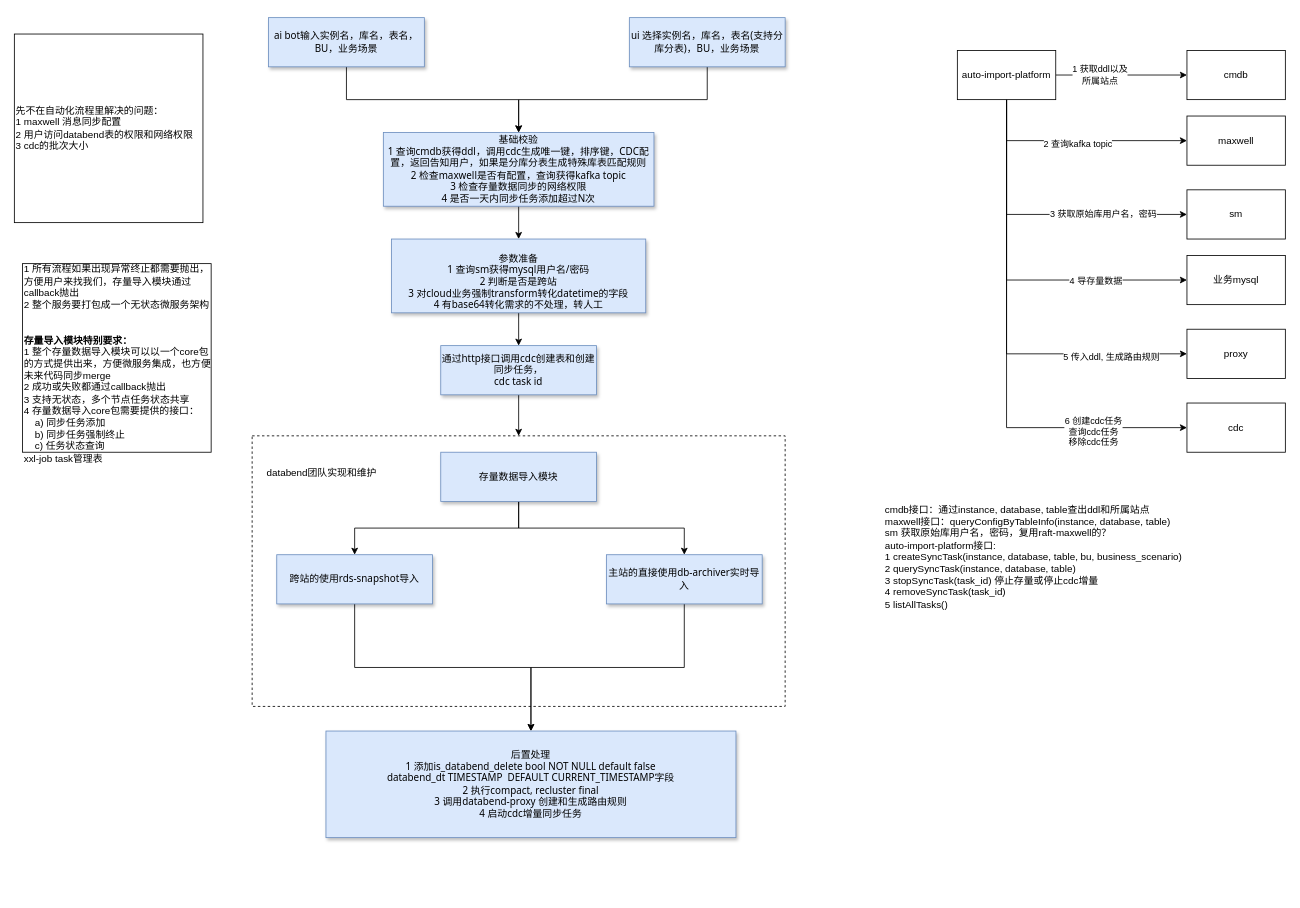
Earlier version of the draw.io diagram doc/databend自动化数据导入流程.drawio (jackjoesh/databend). Source tidied: cells renumbered, new cells numbered last; positions are measured from the earlier drawing's top-left corner, leaving out a move shared by most shapes. Both pictures are drawn from the tidied source at 82%, with x=0, y=0 at pixel (14, 17).
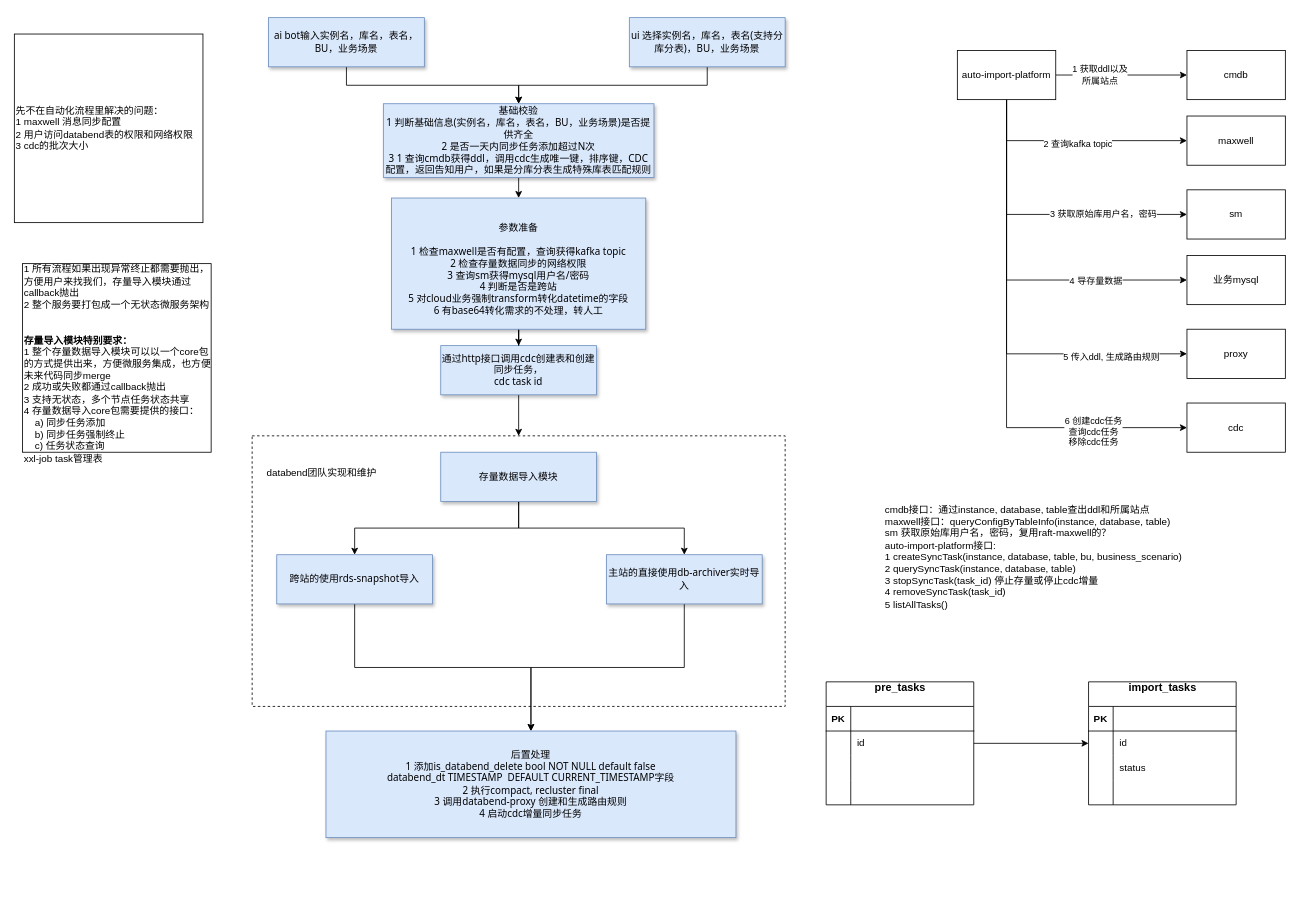
The same diagram, later.

Commit message (it also covers changes not shown here):
更新databend自动化数据导入流程.drawio

Diff of the diagram source:
```diff
@@
-    <mxCell id="6" value="&lt;br&gt;基础校验&lt;br&gt;&lt;div&gt;1 查询cmdb获得ddl&lt;span style=&quot;background-color: transparent; color: light-dark(rgb(0, 0, 0), rgb(255, 255, 255));&quot;&gt;，调用cdc生成唯一键，排序键，CDC配置，返回告知用户，如果是分库分表生成特殊库表匹配规则&lt;/span&gt;&lt;/div&gt;&lt;div&gt;&lt;span style=&quot;background-color: transparent; color: light-dark(rgb(0, 0, 0), rgb(255, 255, 255));&quot;&gt;2 检查maxwell是否有配置，查询获得kafka topic&lt;/span&gt;&lt;/div&gt;&lt;div&gt;&lt;span style=&quot;background-color: transparent; color: light-dark(rgb(0, 0, 0), rgb(255, 255, 255));&quot;&gt;3 检查存量数据同步的网络权限&lt;br&gt;4 是否一天内同步任务添加超过N次&lt;br&gt;&lt;br&gt;&lt;/span&gt;&lt;/div&gt;" style="rounded=0;whiteSpace=wrap;html=1;fillColor=#dae8fc;strokeColor=#6c8ebf;shadow=1;fontFamily=Tahoma;" parent="1" vertex="1">
-      <mxGeometry x="450" y="140" width="330" height="90" as="geometry" />
+    <mxCell id="6" value="&lt;br&gt;基础校验&lt;br&gt;&lt;div&gt;1 判断基础信息(&lt;span style=&quot;background-color: transparent; color: light-dark(rgb(0, 0, 0), rgb(255, 255, 255));&quot;&gt;实例名，库名，表名，BU，业务场景&lt;/span&gt;&lt;span style=&quot;background-color: transparent; color: light-dark(rgb(0, 0, 0), rgb(255, 255, 255));&quot;&gt;)是否提供齐全&lt;/span&gt;&lt;/div&gt;&lt;div&gt;&lt;span style=&quot;background-color: transparent; color: light-dark(rgb(0, 0, 0), rgb(255, 255, 255));&quot;&gt;2 是否一天内同步任务添加超过N次&lt;/span&gt;&lt;/div&gt;&lt;div&gt;&lt;span style=&quot;background-color: transparent; color: light-dark(rgb(0, 0, 0), rgb(255, 255, 255));&quot;&gt;3&amp;nbsp;&lt;/span&gt;1 查询cmdb获得ddl&lt;span style=&quot;color: light-dark(rgb(0, 0, 0), rgb(255, 255, 255)); background-color: transparent;&quot;&gt;，调用cdc生成唯一键，排序键，CDC配置，返回告知用户，如果是分库分表生成特殊库表匹配规则&lt;/span&gt;&lt;span style=&quot;background-color: transparent; color: light-dark(rgb(0, 0, 0), rgb(255, 255, 255));&quot;&gt;&lt;br&gt;&lt;br&gt;&lt;/span&gt;&lt;/div&gt;" style="rounded=0;whiteSpace=wrap;html=1;fillColor=#dae8fc;strokeColor=#6c8ebf;shadow=1;fontFamily=Tahoma;" parent="1" vertex="1">
+      <mxGeometry x="450" y="105" width="330" height="90" as="geometry" />
     </mxCell>
@@
-    <mxCell id="24" value="&lt;br&gt;参数准备&lt;br&gt;1 查询sm获得mysql用户名/密码&lt;br&gt;2 判断是否是跨站&lt;br&gt;3 对cloud业务强制transform转化datetime的字段&lt;div&gt;4 有base64转化需求的不处理，转人工&lt;/div&gt;" style="rounded=0;whiteSpace=wrap;html=1;fillColor=#dae8fc;strokeColor=#6c8ebf;shadow=1;fontFamily=Tahoma;" parent="1" vertex="1">
-      <mxGeometry x="460" y="270" width="310" height="90" as="geometry" />
+    <mxCell id="24" value="&lt;br&gt;参数准备&lt;div&gt;&lt;div&gt;&lt;br&gt;&lt;/div&gt;&lt;div&gt;&lt;span style=&quot;background-color: transparent; color: light-dark(rgb(0, 0, 0), rgb(255, 255, 255));&quot;&gt;1 检查maxwell是否有配置，查询获得kafka topic&lt;/span&gt;&lt;/div&gt;&lt;div&gt;&lt;span style=&quot;background-color: transparent; color: light-dark(rgb(0, 0, 0), rgb(255, 255, 255));&quot;&gt;2 检查存量数据同步的网络权限&lt;/span&gt;&lt;/div&gt;3 查询sm获得mysql用户名/密码&lt;br&gt;4 判断是否是跨站&lt;br&gt;5 对cloud业务强制transform转化datetime的字段&lt;div&gt;6 有base64转化需求的不处理，转人工&lt;/div&gt;&lt;/div&gt;" style="rounded=0;whiteSpace=wrap;html=1;fillColor=#dae8fc;strokeColor=#6c8ebf;shadow=1;fontFamily=Tahoma;" parent="1" vertex="1">
+      <mxGeometry x="460" y="220" width="310" height="160" as="geometry" />
     </mxCell>
@@
+    <mxCell id="45" value="&lt;div&gt;&lt;span style=&quot;font-size: 9.95pt; font-family: &amp;quot;PingFang SC&amp;quot;;&quot;&gt;import_tasks&lt;/span&gt;&lt;/div&gt;&lt;div&gt;&lt;br/&gt;&lt;/div&gt;" style="shape=table;startSize=30;childLayout=tableLayout;rowLines=0;fontStyle=1;align=center;html=1;" parent="1" vertex="1">
+      <mxGeometry x="1310" y="810" width="180" height="150" as="geometry" />
+    </mxCell>
+    <mxCell id="46" style="shape=tableRow;horizontal=0;startSize=0;swimlaneHead=0;swimlaneBody=0;fillColor=none;top=0;left=0;right=0;bottom=1;" parent="45" vertex="1">
+      <mxGeometry y="30" width="180" height="30" as="geometry" />
+    </mxCell>
+    <mxCell id="47" value="PK" style="shape=partialRectangle;fillColor=none;top=0;left=0;bottom=0;right=0;fontStyle=1;overflow=hidden;whiteSpace=wrap;html=1;" parent="46" vertex="1">
+      <mxGeometry width="30" height="30" as="geometry" />
+    </mxCell>
+    <mxCell id="48" style="shape=partialRectangle;fillColor=none;top=0;left=0;bottom=0;right=0;align=left;spacingLeft=6;fontStyle=5;overflow=hidden;whiteSpace=wrap;html=1;" parent="46" vertex="1">
+      <mxGeometry x="30" width="150" height="30" as="geometry" />
+    </mxCell>
+    <mxCell id="49" style="shape=tableRow;horizontal=0;startSize=0;swimlaneHead=0;swimlaneBody=0;fillColor=none;points=[[0,0.5],[1,0.5]];portConstraint=eastwest;top=0;left=0;right=0;bottom=0;" parent="45" vertex="1">
+      <mxGeometry y="60" width="180" height="30" as="geometry" />
+    </mxCell>
+    <mxCell id="50" style="shape=partialRectangle;fillColor=none;top=0;left=0;bottom=0;right=0;overflow=hidden;whiteSpace=wrap;html=1;" parent="49" vertex="1">
+      <mxGeometry width="30" height="30" as="geometry" />
+    </mxCell>
+    <mxCell id="51" value="id" style="shape=partialRectangle;fillColor=none;top=0;left=0;bottom=0;right=0;align=left;spacingLeft=6;overflow=hidden;whiteSpace=wrap;html=1;" parent="49" vertex="1">
+      <mxGeometry x="30" width="150" height="30" as="geometry" />
+    </mxCell>
+    <mxCell id="52" style="shape=tableRow;horizontal=0;startSize=0;swimlaneHead=0;swimlaneBody=0;fillColor=none;top=0;left=0;right=0;bottom=0;" parent="45" vertex="1">
+      <mxGeometry y="90" width="180" height="30" as="geometry" />
+    </mxCell>
+    <mxCell id="53" style="shape=partialRectangle;fillColor=none;top=0;left=0;bottom=0;right=0;overflow=hidden;whiteSpace=wrap;html=1;" parent="52" vertex="1">
+      <mxGeometry width="30" height="30" as="geometry" />
+    </mxCell>
+    <mxCell id="54" value="status" style="shape=partialRectangle;fillColor=none;top=0;left=0;bottom=0;right=0;align=left;spacingLeft=6;overflow=hidden;whiteSpace=wrap;html=1;" parent="52" vertex="1">
+      <mxGeometry x="30" width="150" height="30" as="geometry" />
+    </mxCell>
+    <mxCell id="55" style="shape=tableRow;horizontal=0;startSize=0;swimlaneHead=0;swimlaneBody=0;fillColor=none;top=0;left=0;right=0;bottom=0;" parent="45" vertex="1">
+      <mxGeometry y="120" width="180" height="30" as="geometry" />
+    </mxCell>
+    <mxCell id="56" style="shape=partialRectangle;fillColor=none;top=0;left=0;bottom=0;right=0;overflow=hidden;whiteSpace=wrap;html=1;" parent="55" vertex="1">
+      <mxGeometry width="30" height="30" as="geometry" />
+    </mxCell>
+    <mxCell id="57" style="shape=partialRectangle;fillColor=none;top=0;left=0;bottom=0;right=0;align=left;spacingLeft=6;overflow=hidden;whiteSpace=wrap;html=1;" parent="55" vertex="1">
+      <mxGeometry x="30" width="150" height="30" as="geometry" />
+    </mxCell>
+    <mxCell id="58" value="&lt;div&gt;&lt;span style=&quot;font-size: 9.95pt; font-family: &amp;quot;PingFang SC&amp;quot;;&quot;&gt;pre_tasks&lt;/span&gt;&lt;/div&gt;&lt;div&gt;&lt;br&gt;&lt;/div&gt;" style="shape=table;startSize=30;childLayout=tableLayout;rowLines=0;fontStyle=1;align=center;html=1;" parent="1" vertex="1">
+      <mxGeometry x="990" y="810" width="180" height="150" as="geometry" />
+    </mxCell>
+    <mxCell id="59" style="shape=tableRow;horizontal=0;startSize=0;swimlaneHead=0;swimlaneBody=0;fillColor=none;top=0;left=0;right=0;bottom=1;" parent="58" vertex="1">
+      <mxGeometry y="30" width="180" height="30" as="geometry" />
+    </mxCell>
+    <mxCell id="60" value="PK" style="shape=partialRectangle;fillColor=none;top=0;left=0;bottom=0;right=0;fontStyle=1;overflow=hidden;whiteSpace=wrap;html=1;" parent="59" vertex="1">
+      <mxGeometry width="30" height="30" as="geometry" />
+    </mxCell>
+    <mxCell id="61" style="shape=partialRectangle;fillColor=none;top=0;left=0;bottom=0;right=0;align=left;spacingLeft=6;fontStyle=5;overflow=hidden;whiteSpace=wrap;html=1;" parent="59" vertex="1">
+      <mxGeometry x="30" width="150" height="30" as="geometry" />
+    </mxCell>
+    <mxCell id="62" style="shape=tableRow;horizontal=0;startSize=0;swimlaneHead=0;swimlaneBody=0;fillColor=none;points=[[0,0.5],[1,0.5]];portConstraint=eastwest;top=0;left=0;right=0;bottom=0;" parent="58" vertex="1">
+      <mxGeometry y="60" width="180" height="30" as="geometry" />
+    </mxCell>
+    <mxCell id="63" style="shape=partialRectangle;fillColor=none;top=0;left=0;bottom=0;right=0;overflow=hidden;whiteSpace=wrap;html=1;" parent="62" vertex="1">
+      <mxGeometry width="30" height="30" as="geometry" />
+    </mxCell>
+    <mxCell id="64" value="id" style="shape=partialRectangle;fillColor=none;top=0;left=0;bottom=0;right=0;align=left;spacingLeft=6;overflow=hidden;whiteSpace=wrap;html=1;" parent="62" vertex="1">
+      <mxGeometry x="30" width="150" height="30" as="geometry" />
+    </mxCell>
+    <mxCell id="65" style="shape=tableRow;horizontal=0;startSize=0;swimlaneHead=0;swimlaneBody=0;fillColor=none;top=0;left=0;right=0;bottom=0;" parent="58" vertex="1">
+      <mxGeometry y="90" width="180" height="30" as="geometry" />
+    </mxCell>
+    <mxCell id="66" style="shape=partialRectangle;fillColor=none;top=0;left=0;bottom=0;right=0;overflow=hidden;whiteSpace=wrap;html=1;" parent="65" vertex="1">
+      <mxGeometry width="30" height="30" as="geometry" />
+    </mxCell>
+    <mxCell id="67" style="shape=partialRectangle;fillColor=none;top=0;left=0;bottom=0;right=0;align=left;spacingLeft=6;overflow=hidden;whiteSpace=wrap;html=1;" parent="65" vertex="1">
+      <mxGeometry x="30" width="150" height="30" as="geometry" />
+    </mxCell>
+    <mxCell id="68" style="shape=tableRow;horizontal=0;startSize=0;swimlaneHead=0;swimlaneBody=0;fillColor=none;top=0;left=0;right=0;bottom=0;" parent="58" vertex="1">
+      <mxGeometry y="120" width="180" height="30" as="geometry" />
+    </mxCell>
+    <mxCell id="69" style="shape=partialRectangle;fillColor=none;top=0;left=0;bottom=0;right=0;overflow=hidden;whiteSpace=wrap;html=1;" parent="68" vertex="1">
+      <mxGeometry width="30" height="30" as="geometry" />
+    </mxCell>
+    <mxCell id="70" style="shape=partialRectangle;fillColor=none;top=0;left=0;bottom=0;right=0;align=left;spacingLeft=6;overflow=hidden;whiteSpace=wrap;html=1;" parent="68" vertex="1">
+      <mxGeometry x="30" width="150" height="30" as="geometry" />
+    </mxCell>
+    <mxCell id="71" style="edgeStyle=orthogonalEdgeStyle;rounded=0;jettySize=auto;html=1;exitX=1;exitY=0.5;exitDx=0;exitDy=0;entryX=0;entryY=0.5;entryDx=0;entryDy=0;" parent="1" edge="1" source="62" target="49">
+      <mxGeometry relative="1" as="geometry" />
+    </mxCell>
```
